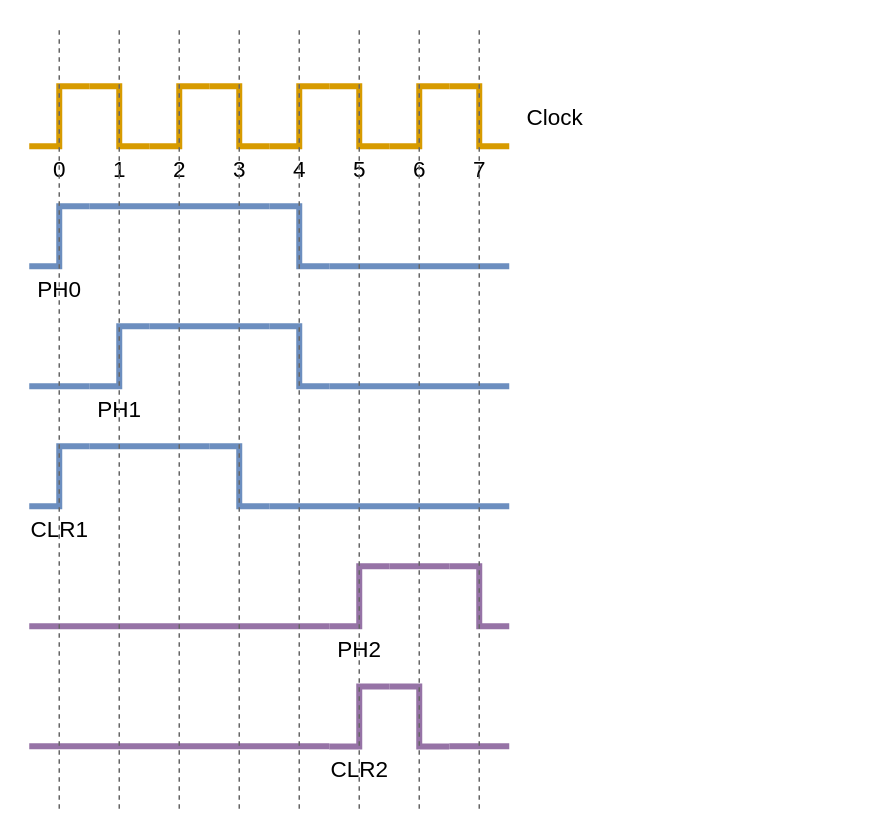
This is Docs/Sequencer.drawio from John-Lluch/G6A-RISC, a draw.io file, before an edit. Source tidied: cells renumbered, new cells numbered last; positions are measured from the earlier drawing's top-left corner, leaving out a move shared by most shapes. Both pictures are drawn from the tidied source at 150%, with x=0, y=0 at pixel (28, 26).
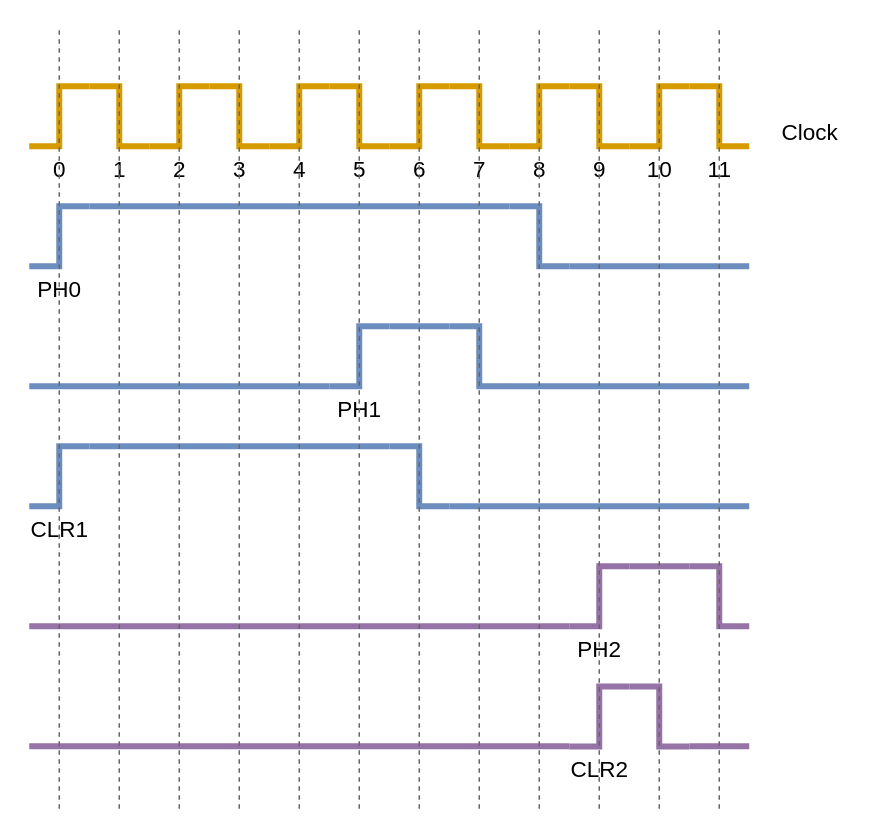
The same page after the edit.

Change to the diagram source:
```diff
@@
     <mxCell id="11" style="verticalLabelPosition=bottom;shadow=0;dashed=0;align=center;fillColor=#dae8fc;html=1;verticalAlign=top;strokeWidth=4;shape=mxgraph.electrical.waveforms.step_2;fontSize=15;strokeColor=#6c8ebf;" parent="1" vertex="1">
-      <mxGeometry x="160" y="120" width="40" height="40" as="geometry" />
+      <mxGeometry x="320" y="120" width="40" height="40" as="geometry" />
     </mxCell>
-    <mxCell id="12" style="endArrow=none;html=1;fontSize=15;strokeWidth=4;fillColor=#dae8fc;strokeColor=#6c8ebf;rounded=0;align=center;verticalAlign=top;" parent="1" edge="1">
-      <mxGeometry relative="1" as="geometry">
-        <mxPoint x="79" y="120" as="sourcePoint" />
-        <mxPoint x="160" y="120" as="targetPoint" />
-        <Array as="points">
-          <mxPoint x="40" y="120" />
-        </Array>
-      </mxGeometry>
-    </mxCell>
     <mxCell id="13" style="endArrow=none;html=1;fontSize=15;strokeWidth=4;fillColor=#dae8fc;strokeColor=#6c8ebf;align=center;verticalAlign=top;" parent="1" edge="1">
       <mxGeometry relative="1" as="geometry">
-        <mxPoint x="200" y="160" as="sourcePoint" />
-        <mxPoint x="320" y="160" as="targetPoint" />
+        <mxPoint x="360" y="160" as="sourcePoint" />
+        <mxPoint x="480" y="160" as="targetPoint" />
         <Array as="points">
-          <mxPoint x="200" y="160" />
+          <mxPoint x="360" y="160" />
         </Array>
       </mxGeometry>
     </mxCell>
     <mxCell id="14" value="PH1" style="verticalLabelPosition=bottom;shadow=0;dashed=0;align=center;fillColor=#dae8fc;html=1;verticalAlign=top;strokeWidth=4;shape=mxgraph.electrical.waveforms.step_1;fontSize=15;strokeColor=#6c8ebf;fontStyle=0;" parent="1" vertex="1">
-      <mxGeometry x="40" y="200" width="40" height="40" as="geometry" />
+      <mxGeometry x="200" y="200" width="40" height="40" as="geometry" />
     </mxCell>
     <mxCell id="15" style="verticalLabelPosition=bottom;shadow=0;dashed=0;align=center;fillColor=#dae8fc;html=1;verticalAlign=top;strokeWidth=4;shape=mxgraph.electrical.waveforms.step_2;fontSize=15;strokeColor=#6c8ebf;" parent="1" vertex="1">
-      <mxGeometry x="160" y="200" width="40" height="40" as="geometry" />
+      <mxGeometry x="280" y="200" width="40" height="40" as="geometry" />
     </mxCell>
     <mxCell id="16" style="endArrow=none;html=1;fontSize=15;strokeWidth=4;fillColor=#dae8fc;strokeColor=#6c8ebf;rounded=0;align=center;verticalAlign=top;" parent="1" edge="1">
       <mxGeometry relative="1" as="geometry">
-        <mxPoint x="80" y="200" as="sourcePoint" />
-        <mxPoint x="160" y="200" as="targetPoint" />
+        <mxPoint x="240" y="200" as="sourcePoint" />
+        <mxPoint x="280" y="200" as="targetPoint" />
       </mxGeometry>
     </mxCell>
-    <mxCell id="17" style="endArrow=none;html=1;fontSize=15;strokeWidth=4;fillColor=#dae8fc;strokeColor=#6c8ebf;rounded=0;align=center;verticalAlign=top;" parent="1" edge="1">
+    <mxCell id="17" style="endArrow=none;html=1;fontSize=15;strokeWidth=4;fillColor=#dae8fc;strokeColor=#6c8ebf;rounded=0;align=center;verticalAlign=top;exitX=0.992;exitY=1;exitDx=0;exitDy=0;exitPerimeter=0;" parent="1" edge="1" source="15">
       <mxGeometry relative="1" as="geometry">
-        <mxPoint x="200" y="240" as="sourcePoint" />
-        <mxPoint x="320" y="240" as="targetPoint" />
+        <mxPoint x="480" y="240" as="targetPoint" />
       </mxGeometry>
     </mxCell>
-    <mxCell id="18" style="endArrow=none;html=1;fontSize=15;strokeWidth=4;fillColor=#dae8fc;strokeColor=#6c8ebf;rounded=0;align=center;verticalAlign=top;" parent="1" edge="1">
-      <mxGeometry relative="1" as="geometry">
-        <mxPoint x="30" y="240" as="sourcePoint" />
-        <mxPoint x="30" y="240" as="targetPoint" />
-        <Array as="points">
-          <mxPoint y="240" />
-          <mxPoint x="40" y="240" />
-        </Array>
-      </mxGeometry>
-    </mxCell>
@@
     <mxCell id="20" style="verticalLabelPosition=bottom;shadow=0;dashed=0;align=center;fillColor=#dae8fc;html=1;verticalAlign=top;strokeWidth=4;shape=mxgraph.electrical.waveforms.step_2;fontSize=15;strokeColor=#6c8ebf;" parent="1" vertex="1">
-      <mxGeometry x="120" y="280" width="40" height="40" as="geometry" />
+      <mxGeometry x="240" y="280" width="40" height="40" as="geometry" />
     </mxCell>
     <mxCell id="21" style="endArrow=none;html=1;fontSize=15;strokeWidth=4;fillColor=#dae8fc;strokeColor=#6c8ebf;rounded=0;align=center;verticalAlign=top;" parent="1" edge="1">
       <mxGeometry relative="1" as="geometry">
         <mxPoint x="40" y="280" as="sourcePoint" />
-        <mxPoint x="120" y="280" as="targetPoint" />
+        <mxPoint x="240" y="280" as="targetPoint" />
       </mxGeometry>
     </mxCell>
     <mxCell id="22" style="endArrow=none;html=1;fontSize=15;strokeWidth=4;fillColor=#dae8fc;strokeColor=#6c8ebf;rounded=0;align=center;verticalAlign=top;" parent="1" edge="1">
       <mxGeometry relative="1" as="geometry">
-        <mxPoint x="160" y="320" as="sourcePoint" />
-        <mxPoint x="320" y="320" as="targetPoint" />
+        <mxPoint x="280" y="320" as="sourcePoint" />
+        <mxPoint x="480" y="320" as="targetPoint" />
       </mxGeometry>
     </mxCell>
     <mxCell id="23" value="PH2" style="verticalLabelPosition=bottom;shadow=0;dashed=0;align=center;fillColor=#e1d5e7;html=1;verticalAlign=top;strokeWidth=4;shape=mxgraph.electrical.waveforms.step_1;fontSize=15;strokeColor=#9673a6;fontStyle=0;" parent="1" vertex="1">
-      <mxGeometry x="200" y="360" width="40" height="40" as="geometry" />
+      <mxGeometry x="360" y="360" width="40" height="40" as="geometry" />
     </mxCell>
     <mxCell id="24" style="verticalLabelPosition=bottom;shadow=0;dashed=0;align=center;fillColor=#e1d5e7;html=1;verticalAlign=top;strokeWidth=4;shape=mxgraph.electrical.waveforms.step_2;fontSize=15;strokeColor=#9673a6;" parent="1" vertex="1">
-      <mxGeometry x="280" y="360" width="40" height="40" as="geometry" />
+      <mxGeometry x="440" y="360" width="40" height="40" as="geometry" />
     </mxCell>
     <mxCell id="25" style="endArrow=none;html=1;fontSize=15;strokeWidth=4;fillColor=#e1d5e7;strokeColor=#9673a6;rounded=0;align=center;verticalAlign=top;" parent="1" edge="1">
       <mxGeometry relative="1" as="geometry">
-        <mxPoint x="240" y="360" as="sourcePoint" />
-        <mxPoint x="280" y="360" as="targetPoint" />
+        <mxPoint x="400" y="360" as="sourcePoint" />
+        <mxPoint x="440" y="360" as="targetPoint" />
       </mxGeometry>
     </mxCell>
     <mxCell id="26" value="CLR2" style="verticalLabelPosition=bottom;shadow=0;dashed=0;align=center;fillColor=#e1d5e7;html=1;verticalAlign=top;strokeWidth=4;shape=mxgraph.electrical.waveforms.step_1;fontSize=15;strokeColor=#9673a6;fontStyle=0;" parent="1" vertex="1">
-      <mxGeometry x="200" y="440.1" width="40" height="40" as="geometry" />
+      <mxGeometry x="360" y="440.1" width="40" height="40" as="geometry" />
     </mxCell>
     <mxCell id="27" style="verticalLabelPosition=bottom;shadow=0;dashed=0;align=center;fillColor=#e1d5e7;html=1;verticalAlign=top;strokeWidth=4;shape=mxgraph.electrical.waveforms.step_2;fontSize=15;strokeColor=#9673a6;" parent="1" vertex="1">
-      <mxGeometry x="240" y="440.1" width="40" height="40" as="geometry" />
+      <mxGeometry x="400" y="440.1" width="40" height="40" as="geometry" />
     </mxCell>
     <mxCell id="28" style="endArrow=none;html=1;fontSize=15;strokeWidth=4;fillColor=#e1d5e7;strokeColor=#9673a6;rounded=0;align=center;verticalAlign=top;" parent="1" edge="1">
       <mxGeometry relative="1" as="geometry">
         <mxPoint y="480" as="sourcePoint" />
-        <mxPoint x="200" y="480" as="targetPoint" />
+        <mxPoint x="360" y="480" as="targetPoint" />
       </mxGeometry>
     </mxCell>
     <mxCell id="29" style="endArrow=none;html=1;fontSize=15;strokeWidth=4;fillColor=#e1d5e7;strokeColor=#9673a6;rounded=0;align=center;verticalAlign=top;" parent="1" edge="1">
       <mxGeometry relative="1" as="geometry">
         <mxPoint y="400" as="sourcePoint" />
-        <mxPoint x="200" y="400" as="targetPoint" />
+        <mxPoint x="360" y="400" as="targetPoint" />
       </mxGeometry>
     </mxCell>
     <mxCell id="30" style="endArrow=none;html=1;fontSize=15;strokeWidth=4;fillColor=#e1d5e7;strokeColor=#9673a6;rounded=0;align=center;verticalAlign=top;" parent="1" edge="1">
       <mxGeometry relative="1" as="geometry">
-        <mxPoint x="280" y="480" as="sourcePoint" />
-        <mxPoint x="320" y="480" as="targetPoint" />
+        <mxPoint x="440" y="480" as="sourcePoint" />
+        <mxPoint x="480" y="480" as="targetPoint" />
       </mxGeometry>
     </mxCell>
+    <mxCell id="39" value="Clock" style="text;html=1;strokeColor=none;fillColor=none;align=left;verticalAlign=middle;whiteSpace=wrap;rounded=0;shadow=0;fontSize=15;" parent="1" vertex="1">
+      <mxGeometry x="500" y="60" width="50" height="20" as="geometry" />
+    </mxCell>
+    <mxCell id="40" value="8" style="verticalLabelPosition=bottom;shadow=0;dashed=0;align=center;fillColor=#ffe6cc;html=1;verticalAlign=top;strokeWidth=4;shape=mxgraph.electrical.waveforms.step_1;fontStyle=0;fontSize=15;strokeColor=#d79b00;" parent="1" vertex="1">
+      <mxGeometry x="320" y="40" width="40" height="40" as="geometry" />
+    </mxCell>
+    <mxCell id="41" value="9" style="verticalLabelPosition=bottom;shadow=0;dashed=0;align=center;fillColor=#ffe6cc;html=1;verticalAlign=top;strokeWidth=4;shape=mxgraph.electrical.waveforms.step_2;fontSize=15;fontStyle=0;strokeColor=#d79b00;" parent="1" vertex="1">
+      <mxGeometry x="360" y="40" width="40" height="40" as="geometry" />
+    </mxCell>
+    <mxCell id="42" value="10" style="verticalLabelPosition=bottom;shadow=0;dashed=0;align=center;fillColor=#ffe6cc;html=1;verticalAlign=top;strokeWidth=4;shape=mxgraph.electrical.waveforms.step_1;fontStyle=0;fontSize=15;strokeColor=#d79b00;" parent="1" vertex="1">
+      <mxGeometry x="400" y="40" width="40" height="40" as="geometry" />
+    </mxCell>
+    <mxCell id="43" value="11" style="verticalLabelPosition=bottom;shadow=0;dashed=0;align=center;fillColor=#ffe6cc;html=1;verticalAlign=top;strokeWidth=4;shape=mxgraph.electrical.waveforms.step_2;fontSize=15;fontStyle=0;strokeColor=#d79b00;" parent="1" vertex="1">
+      <mxGeometry x="440" y="40" width="40" height="40" as="geometry" />
+    </mxCell>
+    <mxCell id="44" style="endArrow=none;html=1;fontSize=15;strokeWidth=4;fillColor=#dae8fc;strokeColor=#6c8ebf;rounded=0;align=center;verticalAlign=top;entryX=0;entryY=0;entryDx=0;entryDy=0;entryPerimeter=0;" parent="1" edge="1" target="11">
+      <mxGeometry relative="1" as="geometry">
+        <mxPoint x="40" y="120" as="sourcePoint" />
+      </mxGeometry>
+    </mxCell>
+    <mxCell id="45" style="endArrow=none;html=1;fontSize=15;strokeWidth=4;fillColor=#dae8fc;strokeColor=#6c8ebf;rounded=0;align=center;verticalAlign=top;" parent="1" edge="1">
+      <mxGeometry relative="1" as="geometry">
+        <mxPoint y="240" as="sourcePoint" />
+        <mxPoint x="200" y="240" as="targetPoint" />
+      </mxGeometry>
+    </mxCell>
+    <mxCell id="46" parent="0" />
-    <mxCell id="31" style="endArrow=none;dashed=1;html=1;strokeWidth=1;fontSize=18;fillColor=#f5f5f5;strokeColor=#666666;verticalAlign=top;align=center;" parent="1" edge="1">
+    <mxCell id="31" style="endArrow=none;dashed=1;html=1;strokeWidth=1;fontSize=18;fillColor=#f5f5f5;strokeColor=#666666;verticalAlign=top;align=center;" parent="46" edge="1">
       <mxGeometry relative="1" as="geometry">
         <mxPoint x="20" y="521.6" as="sourcePoint" />
         <mxPoint x="20" as="targetPoint" />
       </mxGeometry>
     </mxCell>
-    <mxCell id="32" style="endArrow=none;dashed=1;html=1;strokeWidth=1;fontSize=18;fillColor=#f5f5f5;strokeColor=#666666;verticalAlign=top;align=center;" parent="1" edge="1">
+    <mxCell id="32" style="endArrow=none;dashed=1;html=1;strokeWidth=1;fontSize=18;fillColor=#f5f5f5;strokeColor=#666666;verticalAlign=top;align=center;" parent="46" edge="1">
       <mxGeometry relative="1" as="geometry">
         <mxPoint x="60" y="521.6" as="sourcePoint" />
         <mxPoint x="60" as="targetPoint" />
       </mxGeometry>
     </mxCell>
-    <mxCell id="33" style="endArrow=none;dashed=1;html=1;strokeWidth=1;fontSize=18;fillColor=#f5f5f5;strokeColor=#666666;verticalAlign=top;align=center;" parent="1" edge="1">
+    <mxCell id="33" style="endArrow=none;dashed=1;html=1;strokeWidth=1;fontSize=18;fillColor=#f5f5f5;strokeColor=#666666;verticalAlign=top;align=center;" parent="46" edge="1">
       <mxGeometry relative="1" as="geometry">
         <mxPoint x="100" y="521.6" as="sourcePoint" />
         <mxPoint x="100" as="targetPoint" />
       </mxGeometry>
     </mxCell>
-    <mxCell id="34" style="endArrow=none;dashed=1;html=1;strokeWidth=1;fontSize=18;fillColor=#f5f5f5;strokeColor=#666666;verticalAlign=top;align=center;" parent="1" edge="1">
+    <mxCell id="34" style="endArrow=none;dashed=1;html=1;strokeWidth=1;fontSize=18;fillColor=#f5f5f5;strokeColor=#666666;verticalAlign=top;align=center;" parent="46" edge="1">
       <mxGeometry relative="1" as="geometry">
         <mxPoint x="140" y="521.6" as="sourcePoint" />
         <mxPoint x="140" as="targetPoint" />
       </mxGeometry>
     </mxCell>
-    <mxCell id="35" style="endArrow=none;dashed=1;html=1;strokeWidth=1;fontSize=18;fillColor=#f5f5f5;strokeColor=#666666;verticalAlign=top;align=center;" parent="1" edge="1">
+    <mxCell id="35" style="endArrow=none;dashed=1;html=1;strokeWidth=1;fontSize=18;fillColor=#f5f5f5;strokeColor=#666666;verticalAlign=top;align=center;" parent="46" edge="1">
       <mxGeometry relative="1" as="geometry">
         <mxPoint x="180" y="521.6" as="sourcePoint" />
         <mxPoint x="180" as="targetPoint" />
       </mxGeometry>
     </mxCell>
-    <mxCell id="36" style="endArrow=none;dashed=1;html=1;strokeWidth=1;fontSize=18;fillColor=#f5f5f5;strokeColor=#666666;verticalAlign=top;align=center;" parent="1" edge="1">
+    <mxCell id="36" style="endArrow=none;dashed=1;html=1;strokeWidth=1;fontSize=18;fillColor=#f5f5f5;strokeColor=#666666;verticalAlign=top;align=center;" parent="46" edge="1">
       <mxGeometry relative="1" as="geometry">
         <mxPoint x="220" y="521.6" as="sourcePoint" />
         <mxPoint x="220" as="targetPoint" />
       </mxGeometry>
     </mxCell>
-    <mxCell id="37" style="endArrow=none;dashed=1;html=1;strokeWidth=1;fontSize=18;fillColor=#f5f5f5;strokeColor=#666666;verticalAlign=top;align=center;" parent="1" edge="1">
+    <mxCell id="37" style="endArrow=none;dashed=1;html=1;strokeWidth=1;fontSize=18;fillColor=#f5f5f5;strokeColor=#666666;verticalAlign=top;align=center;" parent="46" edge="1">
       <mxGeometry relative="1" as="geometry">
         <mxPoint x="260" y="521.6" as="sourcePoint" />
         <mxPoint x="260" as="targetPoint" />
       </mxGeometry>
     </mxCell>
-    <mxCell id="38" style="endArrow=none;dashed=1;html=1;strokeWidth=1;fontSize=18;fillColor=#f5f5f5;strokeColor=#666666;verticalAlign=top;align=center;" parent="1" edge="1">
+    <mxCell id="38" style="endArrow=none;dashed=1;html=1;strokeWidth=1;fontSize=18;fillColor=#f5f5f5;strokeColor=#666666;verticalAlign=top;align=center;" parent="46" edge="1">
       <mxGeometry relative="1" as="geometry">
         <mxPoint x="300" y="521.6" as="sourcePoint" />
         <mxPoint x="300" as="targetPoint" />
       </mxGeometry>
     </mxCell>
-    <mxCell id="39" value="Clock" style="text;html=1;strokeColor=none;fillColor=none;align=left;verticalAlign=middle;whiteSpace=wrap;rounded=0;shadow=0;fontSize=15;" parent="1" vertex="1">
-      <mxGeometry x="330" y="50" width="50" height="20" as="geometry" />
-    </mxCell>
+    <mxCell id="47" style="endArrow=none;dashed=1;html=1;strokeWidth=1;fontSize=18;fillColor=#f5f5f5;strokeColor=#666666;verticalAlign=top;align=center;" parent="46" edge="1">
+      <mxGeometry relative="1" as="geometry">
+        <mxPoint x="340" y="521.6" as="sourcePoint" />
+        <mxPoint x="340" as="targetPoint" />
+      </mxGeometry>
+    </mxCell>
+    <mxCell id="48" style="endArrow=none;dashed=1;html=1;strokeWidth=1;fontSize=18;fillColor=#f5f5f5;strokeColor=#666666;verticalAlign=top;align=center;" parent="46" edge="1">
+      <mxGeometry relative="1" as="geometry">
+        <mxPoint x="380" y="521.6" as="sourcePoint" />
+        <mxPoint x="380" as="targetPoint" />
+      </mxGeometry>
+    </mxCell>
+    <mxCell id="49" style="endArrow=none;dashed=1;html=1;strokeWidth=1;fontSize=18;fillColor=#f5f5f5;strokeColor=#666666;verticalAlign=top;align=center;" parent="46" edge="1">
+      <mxGeometry relative="1" as="geometry">
+        <mxPoint x="420" y="521.6" as="sourcePoint" />
+        <mxPoint x="420" as="targetPoint" />
+      </mxGeometry>
+    </mxCell>
+    <mxCell id="50" style="endArrow=none;dashed=1;html=1;strokeWidth=1;fontSize=18;fillColor=#f5f5f5;strokeColor=#666666;verticalAlign=top;align=center;" parent="46" edge="1">
+      <mxGeometry relative="1" as="geometry">
+        <mxPoint x="460" y="521.6" as="sourcePoint" />
+        <mxPoint x="460" as="targetPoint" />
+      </mxGeometry>
+    </mxCell>
```
